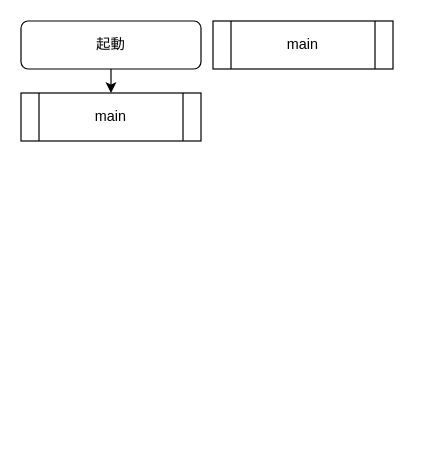
This is Study/Day1/AP/AP.drawio from KonoLv1/C, a draw.io file, before an edit. Source tidied: cells renumbered, new cells numbered last; positions are measured from the earlier drawing's top-left corner, leaving out a move shared by most shapes. Both pictures are drawn from the tidied source at 120%, with x=0, y=0 at pixel (20, 20).
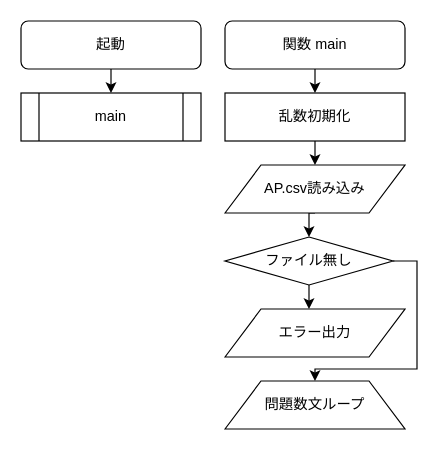
The same page after the edit.

Commit message (it also covers changes not shown here):
応用情報技術者試験対策プログラムフローチャートを追加

What changed in the source:
```diff
@@
 <mxGraphModel>
   <root>
     <mxCell id="0" />
     <mxCell id="1" parent="0" />
     <mxCell id="2" style="edgeStyle=orthogonalEdgeStyle;rounded=0;jettySize=auto;html=1;exitX=0.5;exitY=1;exitDx=0;exitDy=0;entryX=0.5;entryY=0;entryDx=0;entryDy=0;" parent="1" edge="1" source="3" target="4">
       <mxGeometry relative="1" as="geometry" />
     </mxCell>
     <mxCell id="3" value="起動" style="rounded=1;whiteSpace=wrap;html=1;" parent="1" vertex="1">
       <mxGeometry width="150" height="40" as="geometry" />
     </mxCell>
     <mxCell id="4" value="main" style="shape=process;whiteSpace=wrap;html=1;backgroundOutline=1;" parent="1" vertex="1">
       <mxGeometry y="60" width="150" height="40" as="geometry" />
     </mxCell>
-    <mxCell id="5" value="main" style="shape=process;whiteSpace=wrap;html=1;backgroundOutline=1;" parent="1" vertex="1">
-      <mxGeometry x="160" width="150" height="40" as="geometry" />
-    </mxCell>
+    <mxCell id="6" style="edgeStyle=orthogonalEdgeStyle;rounded=0;jettySize=auto;html=1;exitX=0.5;exitY=1;exitDx=0;exitDy=0;entryX=0.5;entryY=0;entryDx=0;entryDy=0;" parent="1" edge="1" source="7" target="9">
+      <mxGeometry relative="1" as="geometry" />
+    </mxCell>
+    <mxCell id="7" value="関数 main" style="rounded=1;whiteSpace=wrap;html=1;" parent="1" vertex="1">
+      <mxGeometry x="170" width="150" height="40" as="geometry" />
+    </mxCell>
+    <mxCell id="8" style="edgeStyle=orthogonalEdgeStyle;rounded=0;jettySize=auto;html=1;exitX=0.5;exitY=1;exitDx=0;exitDy=0;entryX=0.5;entryY=0;entryDx=0;entryDy=0;" parent="1" edge="1" source="9" target="11">
+      <mxGeometry relative="1" as="geometry" />
+    </mxCell>
+    <mxCell id="9" value="乱数初期化" style="rounded=0;whiteSpace=wrap;html=1;" parent="1" vertex="1">
+      <mxGeometry x="170" y="60" width="150" height="40" as="geometry" />
+    </mxCell>
+    <mxCell id="10" style="edgeStyle=orthogonalEdgeStyle;rounded=0;jettySize=auto;html=1;exitX=0.5;exitY=1;exitDx=0;exitDy=0;entryX=0.5;entryY=0;entryDx=0;entryDy=0;" parent="1" edge="1" source="11" target="14">
+      <mxGeometry relative="1" as="geometry" />
+    </mxCell>
+    <mxCell id="11" value="AP.csv読み込み" style="shape=parallelogram;perimeter=parallelogramPerimeter;whiteSpace=wrap;html=1;" parent="1" vertex="1">
+      <mxGeometry x="170" y="120" width="150" height="40" as="geometry" />
+    </mxCell>
+    <mxCell id="12" style="edgeStyle=orthogonalEdgeStyle;rounded=0;jettySize=auto;html=1;exitX=0.5;exitY=1;exitDx=0;exitDy=0;" parent="1" edge="1" source="14">
+      <mxGeometry relative="1" as="geometry">
+        <mxPoint x="240" y="240" as="targetPoint" />
+      </mxGeometry>
+    </mxCell>
+    <mxCell id="13" style="edgeStyle=orthogonalEdgeStyle;rounded=0;jettySize=auto;html=1;exitX=1;exitY=0.5;exitDx=0;exitDy=0;entryX=0.5;entryY=0;entryDx=0;entryDy=0;" parent="1" edge="1" source="14" target="16">
+      <mxGeometry relative="1" as="geometry">
+        <Array as="points">
+          <mxPoint x="330" y="200" />
+          <mxPoint x="330" y="290" />
+          <mxPoint x="245" y="290" />
+        </Array>
+      </mxGeometry>
+    </mxCell>
+    <mxCell id="14" value="ファイル無し" style="rhombus;whiteSpace=wrap;html=1;" parent="1" vertex="1">
+      <mxGeometry x="170" y="180" width="140" height="40" as="geometry" />
+    </mxCell>
+    <mxCell id="15" value="エラー出力" style="shape=parallelogram;perimeter=parallelogramPerimeter;whiteSpace=wrap;html=1;" parent="1" vertex="1">
+      <mxGeometry x="170" y="240" width="150" height="40" as="geometry" />
+    </mxCell>
+    <mxCell id="16" value="問題数文ループ" style="shape=trapezoid;perimeter=trapezoidPerimeter;whiteSpace=wrap;html=1;" parent="1" vertex="1">
+      <mxGeometry x="170" y="300" width="150" height="40" as="geometry" />
+    </mxCell>
   </root>
 </mxGraphModel>
```
